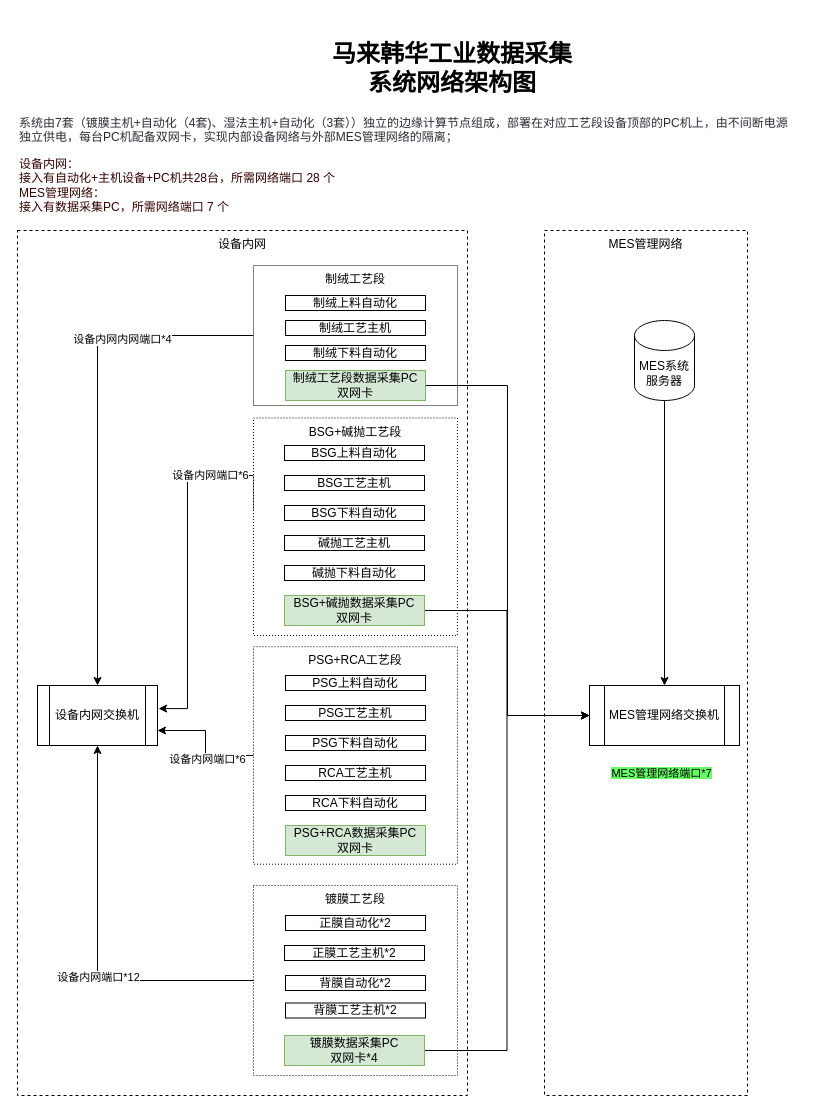
This is 马来韩华工业数据采集系统网络架构图.drawio from poenr/poenr.github.io, a draw.io file, before an edit. Source tidied: cells renumbered, new cells numbered last; positions are measured from the earlier drawing's top-left corner, leaving out a move shared by most shapes. Both pictures are drawn from the tidied source at 100%, with x=0, y=0 at pixel (17, 17).
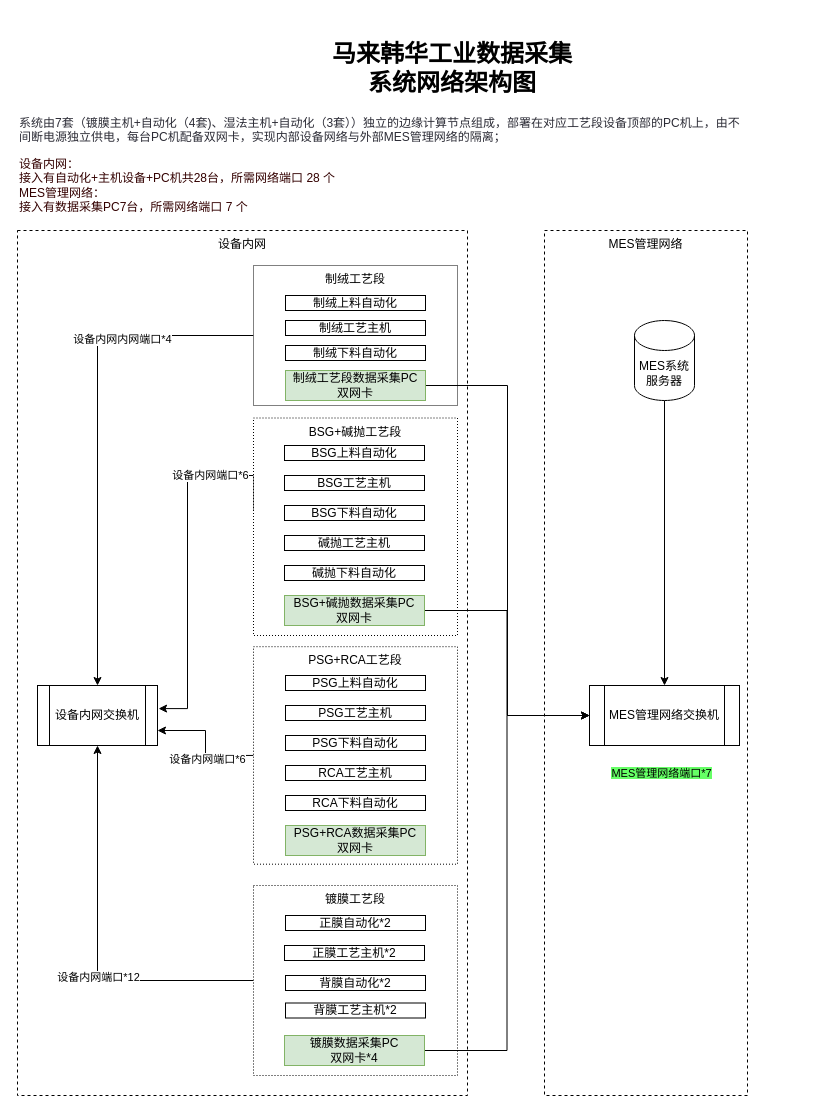
The same page after the edit.

Commit message:
更新马来韩华工业数据采集系统网络架构图.drawio

Change to the diagram source:
```diff
@@
-    <mxCell id="25" value="&lt;p&gt;&lt;/p&gt;&lt;p&gt;&lt;span class=&quot;ne-text&quot; style=&quot;color: rgb(44, 44, 54);&quot;&gt;&lt;font&gt;系统由7&lt;/font&gt;&lt;/span&gt;&lt;span style=&quot;color: rgb(44, 44, 54); background-color: transparent;&quot;&gt;套&lt;/span&gt;&lt;span style=&quot;color: light-dark(rgb(44, 44, 54), rgb(198, 198, 206)); background-color: transparent;&quot;&gt;（镀膜主机+自动化（4套)、湿法主机+自动化（3套））独立的边缘计算节点组成，部署在对应工艺段设备顶部的PC机上，由不间断电源独立供电，每台PC机配备双网卡，实现内部设备网络与外部MES管理网络的隔离；&lt;/span&gt;&lt;/p&gt;&lt;font style=&quot;color: rgb(51, 0, 0);&quot;&gt;设备内网：&lt;br&gt;接入有自动化+主机设备+PC机共28台，&lt;span style=&quot;background-color: transparent;&quot;&gt;所需网络端口 28 个&lt;/span&gt;&lt;br&gt;MES管理网络：&lt;br&gt;接入有数据采集PC，所需网络端口 7 个&lt;/font&gt;&lt;p&gt;&lt;/p&gt;" style="text;html=1;whiteSpace=wrap;strokeColor=none;fillColor=none;align=left;verticalAlign=top;rounded=0;" parent="1" vertex="1">
-      <mxGeometry y="80" width="780" height="120" as="geometry" />
+    <mxCell id="25" value="&lt;p&gt;&lt;/p&gt;&lt;p&gt;&lt;span class=&quot;ne-text&quot; style=&quot;color: rgb(44, 44, 54);&quot;&gt;&lt;font&gt;系统由7&lt;/font&gt;&lt;/span&gt;&lt;span style=&quot;color: rgb(44, 44, 54); background-color: transparent;&quot;&gt;套&lt;/span&gt;&lt;span style=&quot;color: light-dark(rgb(44, 44, 54), rgb(198, 198, 206)); background-color: transparent;&quot;&gt;（镀膜主机+自动化（4套)、湿法主机+自动化（3套））独立的边缘计算节点组成，部署在对应工艺段设备顶部的PC机上，由不间断电源独立供电，每台PC机配备双网卡，实现内部设备网络与外部MES管理网络的隔离；&lt;/span&gt;&lt;/p&gt;&lt;font style=&quot;color: rgb(51, 0, 0);&quot;&gt;设备内网：&lt;br&gt;接入有自动化+主机设备+PC机共28台，&lt;span style=&quot;background-color: transparent;&quot;&gt;所需网络端口 28 个&lt;/span&gt;&lt;br&gt;MES管理网络：&lt;br&gt;接入有数据采集PC7台，所需网络端口 7 个&lt;/font&gt;&lt;p&gt;&lt;/p&gt;" style="text;html=1;whiteSpace=wrap;strokeColor=none;fillColor=none;align=left;verticalAlign=top;rounded=0;" parent="1" vertex="1">
+      <mxGeometry y="80" width="730" height="120" as="geometry" />
     </mxCell>
```
